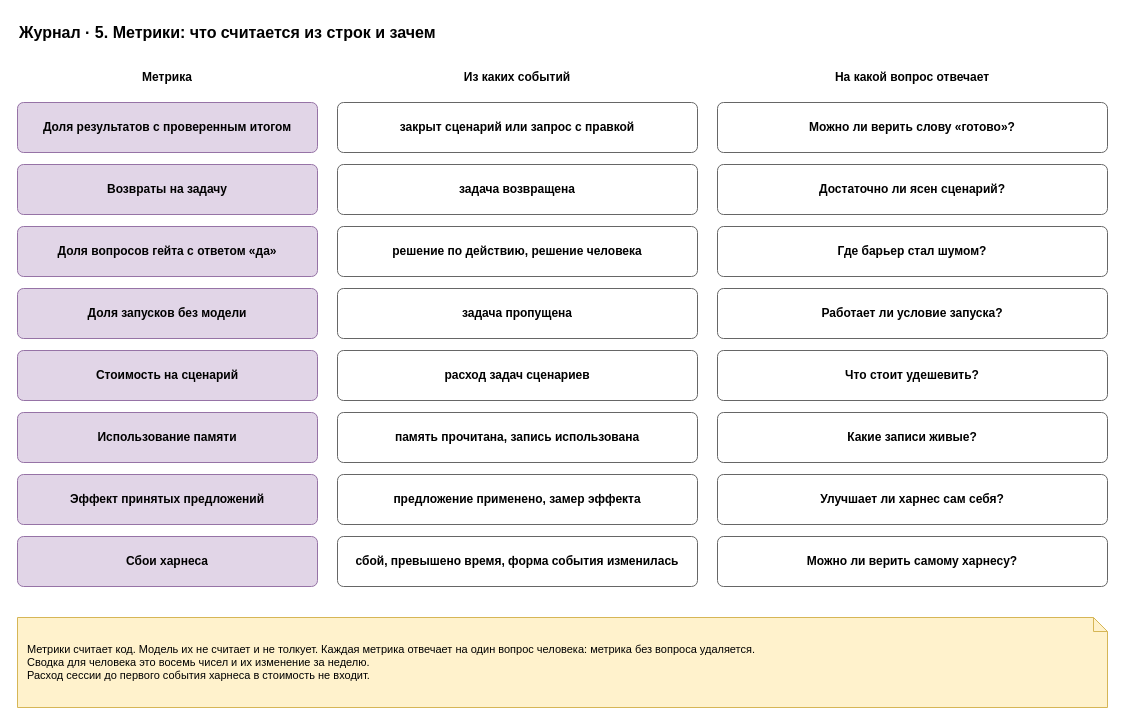
Above: page "5. Метрики" (5 of 6) of docs/spec/harness-journal.drawio in roygkov/reins (draw.io), before the change. Source tidied: cells renumbered, new cells numbered last; positions are measured from the earlier drawing's top-left corner, leaving out a move shared by most shapes. Both pictures are drawn from the tidied source at 100%, with x=0, y=0 at pixel (17, 17).
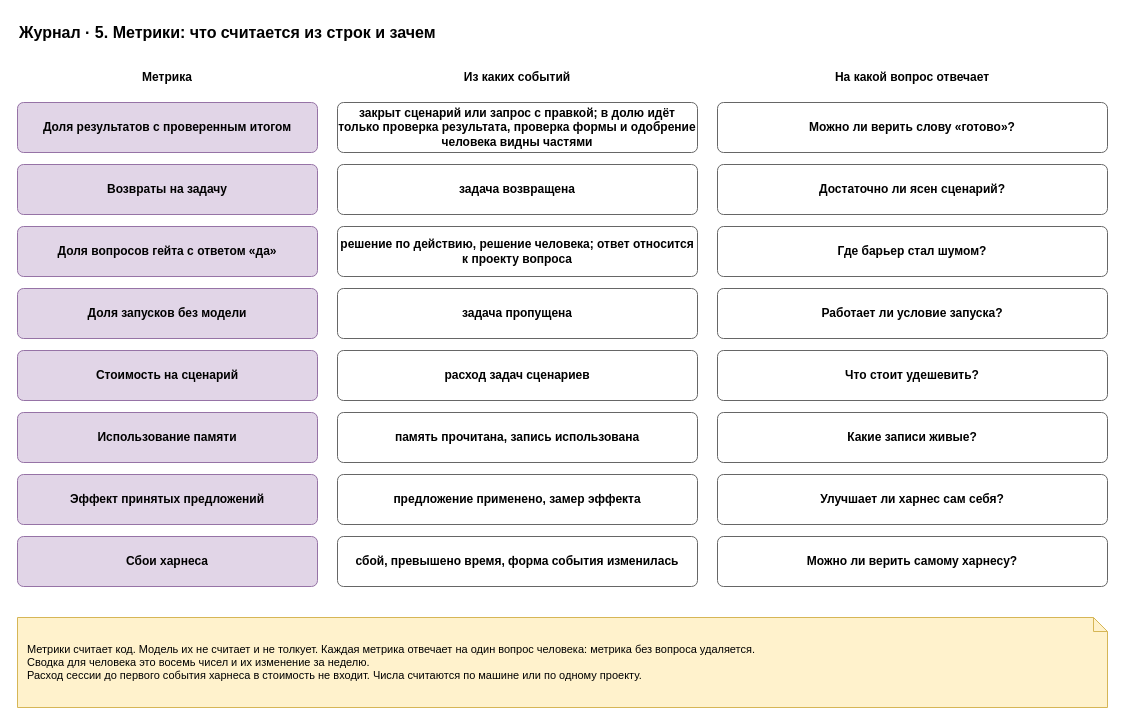
The same diagram, later.

Diff of the diagram source:
```diff
@@
-    <mxCell id="7" value="&lt;b&gt;закрыт сценарий или запрос с правкой&lt;/b&gt;" style="rounded=1;whiteSpace=wrap;html=1;fillColor=#ffffff;strokeColor=#666666;arcSize=12;fontStyle=0;" parent="1" vertex="1">
+    <mxCell id="7" value="&lt;b&gt;закрыт сценарий или запрос с правкой; в долю идёт только проверка результата, проверка формы и одобрение человека видны частями&lt;/b&gt;" style="rounded=1;whiteSpace=wrap;html=1;fillColor=#ffffff;strokeColor=#666666;arcSize=12;fontStyle=0;" parent="1" vertex="1">
       <mxGeometry x="320" y="85" width="360" height="50" as="geometry" />
     </mxCell>
@@
-    <mxCell id="13" value="&lt;b&gt;решение по действию, решение человека&lt;/b&gt;" style="rounded=1;whiteSpace=wrap;html=1;fillColor=#ffffff;strokeColor=#666666;arcSize=12;fontStyle=0;" parent="1" vertex="1">
+    <mxCell id="13" value="&lt;b&gt;решение по действию, решение человека; ответ относится к проекту вопроса&lt;/b&gt;" style="rounded=1;whiteSpace=wrap;html=1;fillColor=#ffffff;strokeColor=#666666;arcSize=12;fontStyle=0;" parent="1" vertex="1">
       <mxGeometry x="320" y="209" width="360" height="50" as="geometry" />
     </mxCell>
@@
-    <mxCell id="30" value="Метрики считает код. Модель их не считает и не толкует. Каждая метрика отвечает на один вопрос человека: метрика без вопроса удаляется.&lt;br&gt;Сводка для человека это восемь чисел и их изменение за неделю.&lt;br&gt;Расход сессии до первого события харнеса в стоимость не входит." style="shape=note;whiteSpace=wrap;html=1;backgroundOutline=1;size=14;fillColor=#fff2cc;strokeColor=#d6b656;align=left;spacingLeft=8;spacingRight=8;fontSize=11;" parent="1" vertex="1">
+    <mxCell id="30" value="Метрики считает код. Модель их не считает и не толкует. Каждая метрика отвечает на один вопрос человека: метрика без вопроса удаляется.&lt;br&gt;Сводка для человека это восемь чисел и их изменение за неделю.&lt;br&gt;Расход сессии до первого события харнеса в стоимость не входит. Числа считаются по машине или по одному проекту." style="shape=note;whiteSpace=wrap;html=1;backgroundOutline=1;size=14;fillColor=#fff2cc;strokeColor=#d6b656;align=left;spacingLeft=8;spacingRight=8;fontSize=11;" parent="1" vertex="1">
       <mxGeometry y="600" width="1090" height="90" as="geometry" />
     </mxCell>
```
